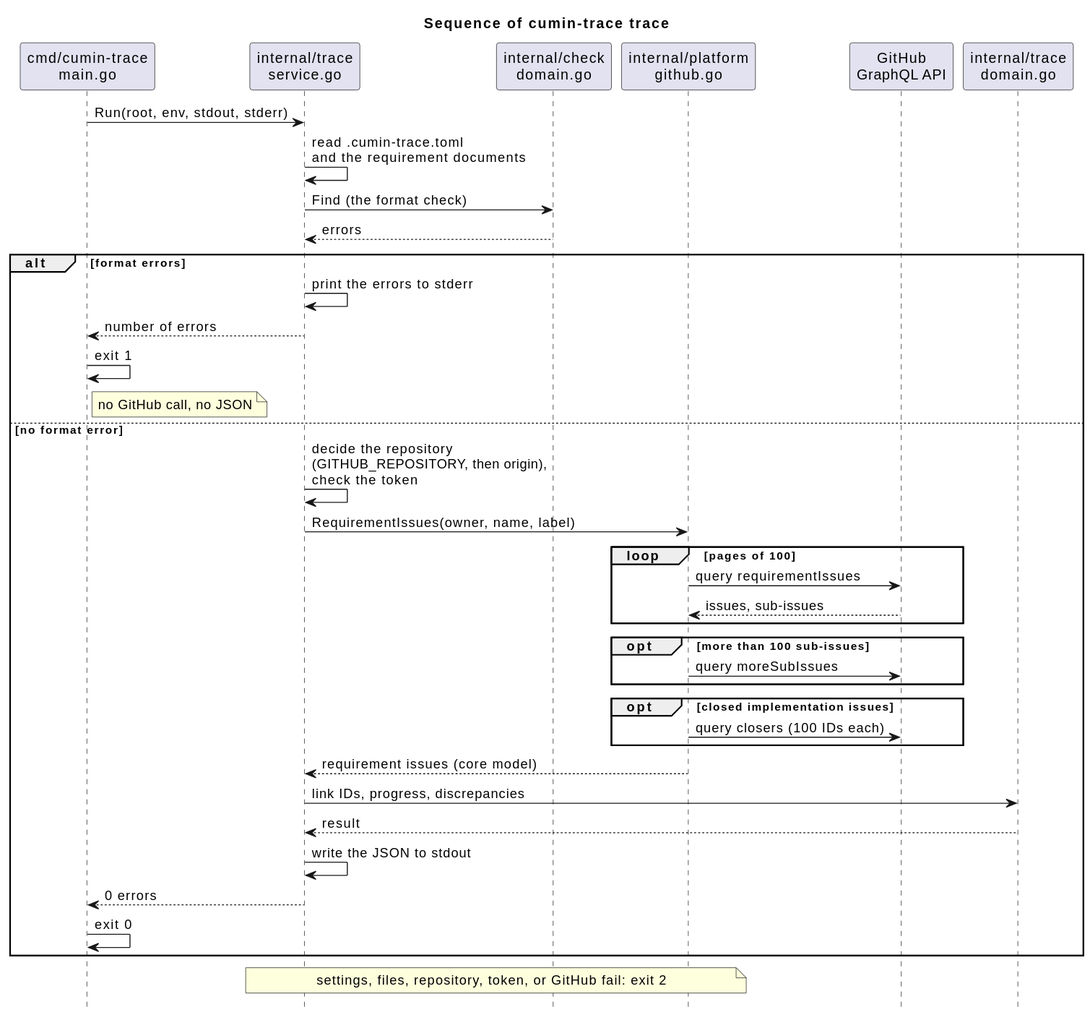
This is docs/ja/designs/trace/trace-sequence.svg from cloveclovedev/cumin-trace, a PlantUML export, as it was before one commit.
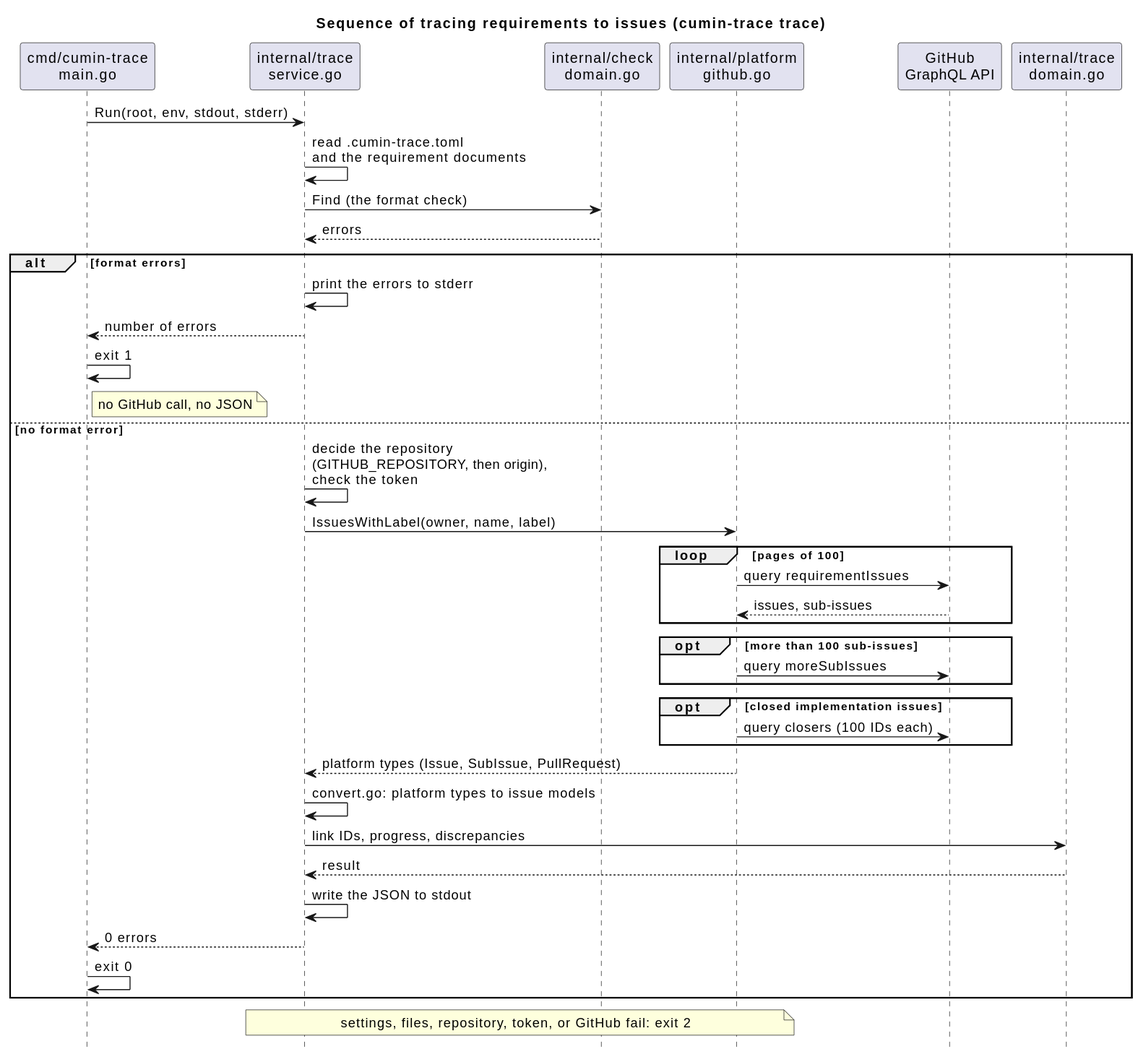
After the commit.

What changed in the source:
```diff
@@ -1,5 +1,5 @@
 @startuml
-title Sequence of cumin-trace trace
+title Sequence of tracing requirements to issues (cumin-trace trace)
 skinparam shadowing false
 hide footbox
 
@@ -22,7 +22,7 @@
   note right of main : no GitHub call, no JSON
 else no format error
   service -> service : decide the repository\n(GITHUB_REPOSITORY, then origin),\ncheck the token
-  service -> github : RequirementIssues(owner, name, label)
+  service -> github : IssuesWithLabel(owner, name, label)
   loop pages of 100
     github -> api : query requirementIssues
     api --> github : issues, sub-issues
@@ -33,7 +33,8 @@
   opt closed implementation issues
     github -> api : query closers (100 IDs each)
   end
-  github --> service : requirement issues (core model)
+  github --> service : platform types (Issue, SubIssue, PullRequest)
+  service -> service : convert.go: platform types to issue models
   service -> rules : link IDs, progress, discrepancies
   rules --> service : result
   service -> service : write the JSON to stdout
```
